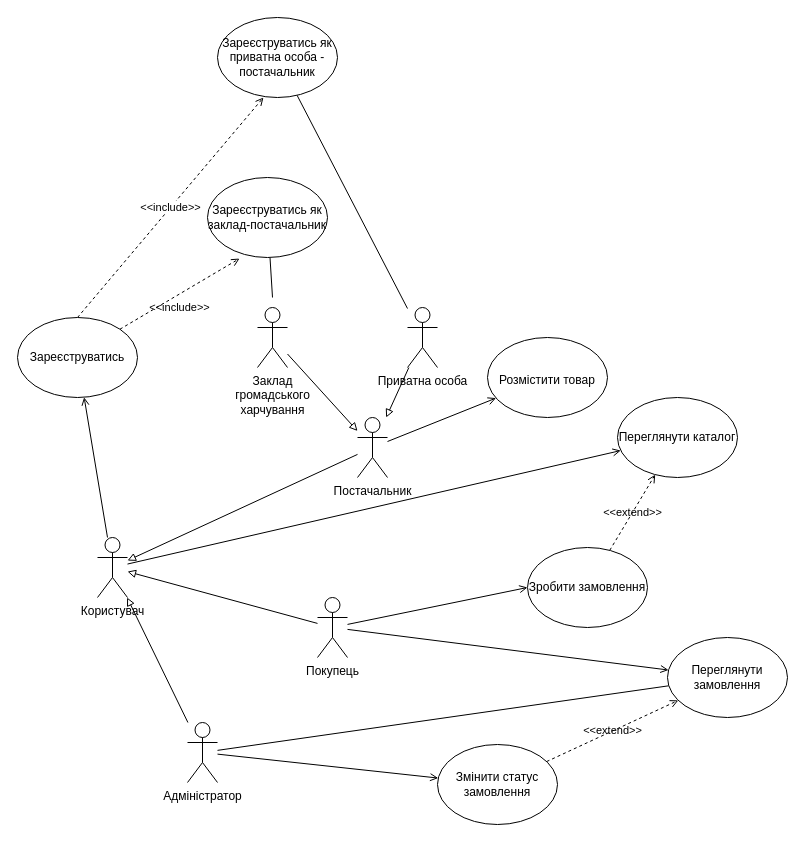
Above: FolderD/Untitled Diagram.drawio in Shylo-Ivan-MIT/diagrams (draw.io), before the change. Source tidied: cells renumbered, new cells numbered last; positions are measured from the earlier drawing's top-left corner, leaving out a move shared by most shapes. Both pictures are drawn from the tidied source at 100%, with x=0, y=0 at pixel (17, 17).
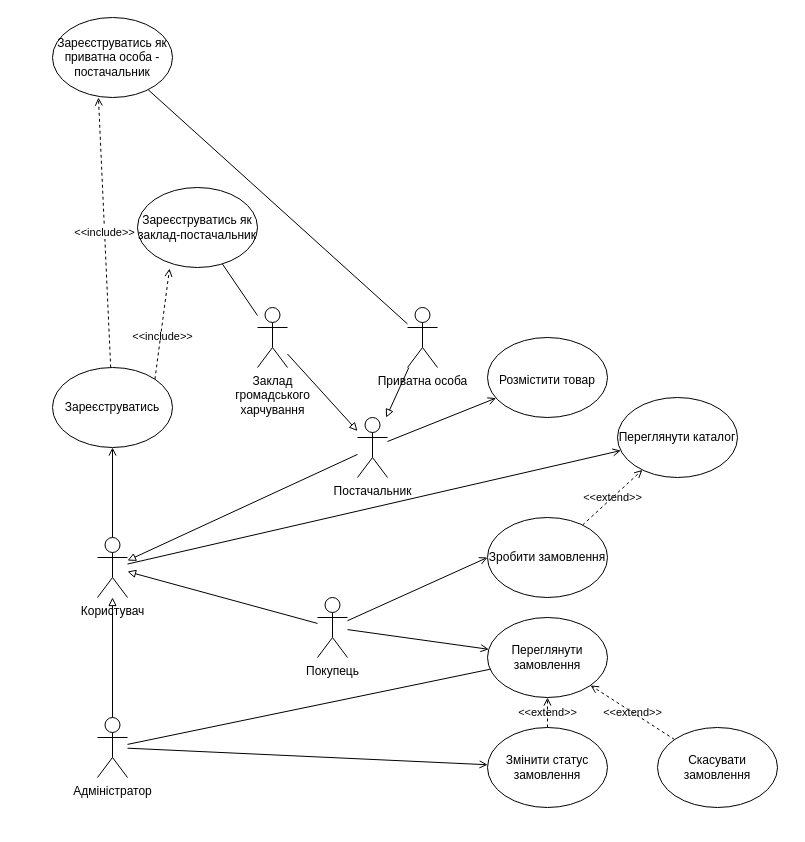
After the change.

The change refers to these unchanged cells:
```xml
<mxCell id="19" value="Заклад &lt;br&gt;громадського &lt;br&gt;харчування" style="shape=umlActor;verticalLabelPosition=bottom;verticalAlign=top;html=1;outlineConnect=0;" parent="1" vertex="1">
  <mxGeometry x="240" y="290" width="30" height="60" as="geometry" />
</mxCell>
```

Diff of the diagram source:
```diff
@@
     <mxCell id="7" value="Адміністратор" style="shape=umlActor;verticalLabelPosition=bottom;verticalAlign=top;html=1;outlineConnect=0;" parent="1" vertex="1">
-      <mxGeometry x="170" y="705" width="30" height="60" as="geometry" />
+      <mxGeometry x="80" y="700" width="30" height="60" as="geometry" />
     </mxCell>
@@
-    <mxCell id="18" style="edgeStyle=none;rounded=0;jettySize=auto;html=1;labelBackgroundColor=none;endArrow=none;endFill=0;" parent="1" edge="1" target="27">
-      <mxGeometry relative="1" as="geometry">
-        <mxPoint x="255" y="280" as="sourcePoint" />
-      </mxGeometry>
+    <mxCell id="18" style="edgeStyle=none;rounded=0;jettySize=auto;html=1;labelBackgroundColor=none;endArrow=none;endFill=0;" parent="1" edge="1" source="19" target="27">
+      <mxGeometry relative="1" as="geometry" />
     </mxCell>
@@
     <mxCell id="21" value="Зробити замовлення" style="ellipse;whiteSpace=wrap;html=1;" parent="1" vertex="1">
-      <mxGeometry x="510" y="530" width="120" height="80" as="geometry" />
+      <mxGeometry x="470" y="500" width="120" height="80" as="geometry" />
     </mxCell>
-    <mxCell id="22" value="&amp;lt;&amp;lt;include&amp;gt;&amp;gt;" style="edgeStyle=none;rounded=0;jettySize=auto;html=1;exitX=0.5;exitY=0;exitDx=0;exitDy=0;endArrow=open;endFill=0;dashed=1;entryX=0.383;entryY=1;entryDx=0;entryDy=0;entryPerimeter=0;" parent="1" edge="1" source="24" target="26">
+    <mxCell id="22" value="&amp;lt;&amp;lt;include&amp;gt;&amp;gt;" style="edgeStyle=none;rounded=0;jettySize=auto;html=1;endArrow=open;endFill=0;dashed=1;entryX=0.383;entryY=1;entryDx=0;entryDy=0;entryPerimeter=0;" parent="1" edge="1" source="24" target="26">
       <mxGeometry relative="1" as="geometry" />
     </mxCell>
@@
     <mxCell id="24" value="Зареєструватись" style="ellipse;whiteSpace=wrap;html=1;" parent="1" vertex="1">
-      <mxGeometry y="300" width="120" height="80" as="geometry" />
+      <mxGeometry x="35" y="350" width="120" height="80" as="geometry" />
     </mxCell>
@@
     <mxCell id="26" value="Зареєструватись як приватна особа - постачальник" style="ellipse;whiteSpace=wrap;html=1;" parent="1" vertex="1">
-      <mxGeometry x="200" width="120" height="80" as="geometry" />
+      <mxGeometry x="35" width="120" height="80" as="geometry" />
     </mxCell>
     <mxCell id="27" value="Зареєструватись як заклад-постачальник" style="ellipse;whiteSpace=wrap;html=1;" parent="1" vertex="1">
-      <mxGeometry x="190" y="160" width="120" height="80" as="geometry" />
+      <mxGeometry x="120" y="170" width="120" height="80" as="geometry" />
     </mxCell>
@@
     <mxCell id="31" value="Змінити статус замовлення" style="ellipse;whiteSpace=wrap;html=1;" parent="1" vertex="1">
-      <mxGeometry x="420" y="727" width="120" height="80" as="geometry" />
+      <mxGeometry x="470" y="710" width="120" height="80" as="geometry" />
     </mxCell>
@@
     <mxCell id="33" value="Переглянути замовлення" style="ellipse;whiteSpace=wrap;html=1;" parent="1" vertex="1">
-      <mxGeometry x="650" y="620" width="120" height="80" as="geometry" />
+      <mxGeometry x="470" y="600" width="120" height="80" as="geometry" />
     </mxCell>
+    <mxCell id="34" value="&amp;lt;&amp;lt;extend&amp;gt;&amp;gt;" style="edgeStyle=none;rounded=0;jettySize=auto;html=1;dashed=1;labelBackgroundColor=none;endArrow=open;endFill=0;" parent="1" edge="1" source="35" target="33">
+      <mxGeometry relative="1" as="geometry" />
+    </mxCell>
+    <mxCell id="35" value="Скасувати замовлення" style="ellipse;whiteSpace=wrap;html=1;" parent="1" vertex="1">
+      <mxGeometry x="640" y="710" width="120" height="80" as="geometry" />
+    </mxCell>
```
